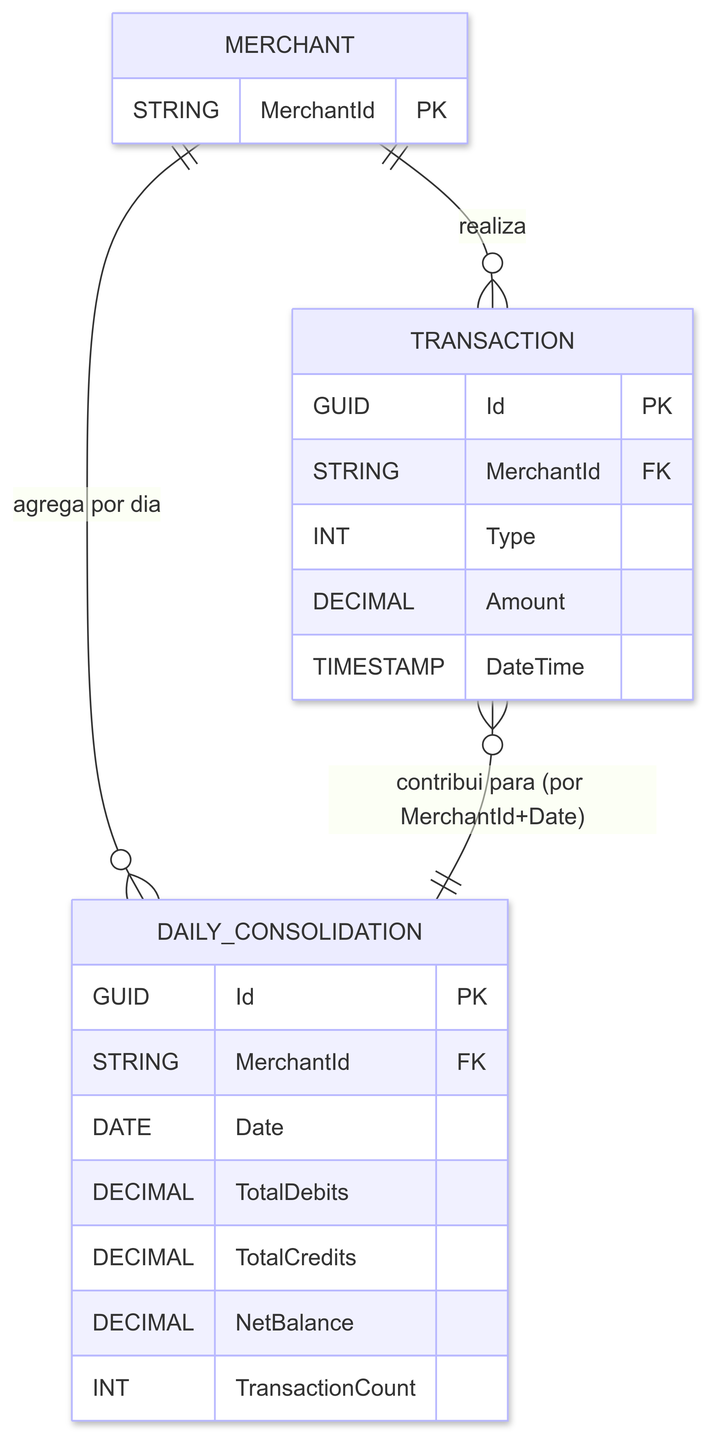
The Mermaid diagram docs/diagrams/images/03-aggregation-relationship.png in whereisanzi/cash-flow-system, before a commit. Its source is kept beside it as docs/diagrams/03-aggregation-relationship.mmd. Source of this version:
```mermaid
erDiagram
  MERCHANT ||--o{ TRANSACTION : "realiza"
  MERCHANT ||--o{ DAILY_CONSOLIDATION : "agrega por dia"
  TRANSACTION }o--|| DAILY_CONSOLIDATION : "contribui para (por MerchantId+Date)"

  MERCHANT {
    STRING MerchantId PK
  }

  TRANSACTION {
    GUID Id PK
    STRING MerchantId FK
    INT Type
    DECIMAL Amount
    TIMESTAMP DateTime
  }

  DAILY_CONSOLIDATION {
    GUID Id PK
    STRING MerchantId FK
    DATE Date
    DECIMAL TotalDebits
    DECIMAL TotalCredits
    DECIMAL NetBalance
    INT TransactionCount
  }

```
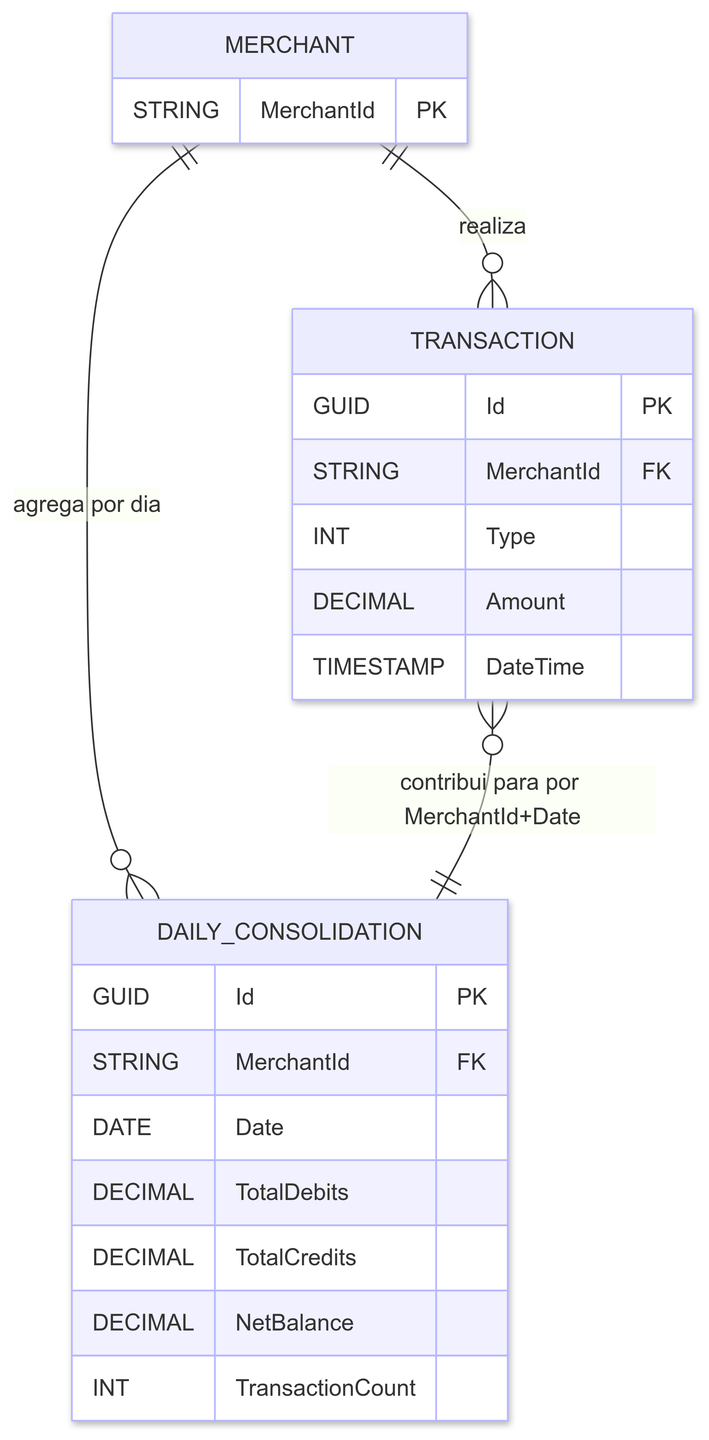
Above is the later version.

The edit, as a diff of the source:
```diff
@@ -1,7 +1,7 @@
 erDiagram
   MERCHANT ||--o{ TRANSACTION : "realiza"
   MERCHANT ||--o{ DAILY_CONSOLIDATION : "agrega por dia"
-  TRANSACTION }o--|| DAILY_CONSOLIDATION : "contribui para (por MerchantId+Date)"
+  TRANSACTION }o--|| DAILY_CONSOLIDATION : "contribui para por MerchantId+Date"
 
   MERCHANT {
     STRING MerchantId PK
```
